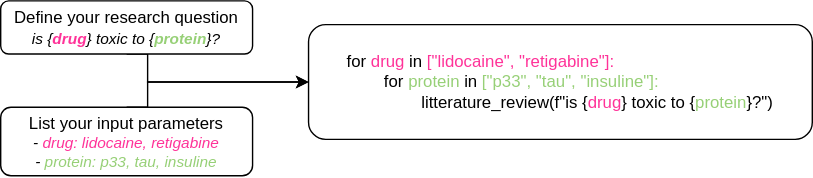
This is images/screning_review.drawio.svg from journeadrien/scholar2sql, a draw.io export, as it was before one commit. Source tidied: cells renumbered, new cells last; positions are measured from the earlier drawing's top-left corner, leaving out a move shared by most shapes.
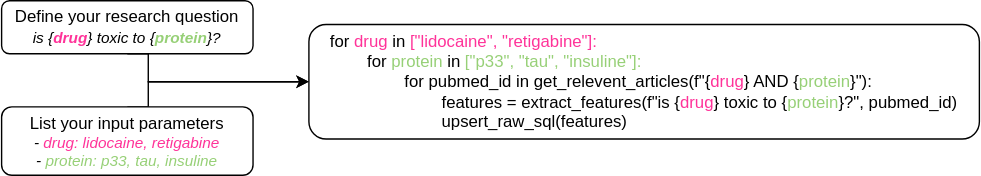
After the commit.

Change to the diagram source:
```diff
@@ -22,8 +22,8 @@
     <mxCell id="5" value="&lt;font style=&quot;font-size: 12px;&quot;&gt;List your input parameters&lt;/font&gt;&lt;div style=&quot;font-size: 11px;&quot;&gt;&lt;i style=&quot;&quot;&gt;&lt;font style=&quot;font-size: 11px;&quot;&gt;- &lt;font color=&quot;#ff3399&quot;&gt;drug: lidocaine, retigabine&lt;/font&gt;&lt;/font&gt;&lt;/i&gt;&lt;/div&gt;&lt;div style=&quot;font-size: 11px;&quot;&gt;&lt;i style=&quot;&quot;&gt;&lt;font style=&quot;font-size: 11px;&quot;&gt;- &lt;font color=&quot;#97d077&quot;&gt;protein: p33, tau, insuline&lt;/font&gt;&lt;/font&gt;&lt;/i&gt;&lt;/div&gt;" style="rounded=1;whiteSpace=wrap;html=1;" parent="1" vertex="1">
       <mxGeometry y="76" width="180" height="49" as="geometry" />
     </mxCell>
-    <mxCell id="6" value="&lt;div style=&quot;text-align: left;&quot;&gt;&lt;font style=&quot;font-size: 12px;&quot;&gt;&lt;span style=&quot;background-color: initial;&quot;&gt;for&lt;font color=&quot;#ff3399&quot;&gt; drug &lt;/font&gt;in&lt;font color=&quot;#ff3399&quot;&gt; [&quot;&lt;/font&gt;&lt;/span&gt;&lt;span style=&quot;color: rgb(255, 51, 153); background-color: initial;&quot;&gt;lidocaine&quot;, &quot;retigabine&quot;&lt;/span&gt;&lt;span style=&quot;color: rgb(255, 51, 153); background-color: initial;&quot;&gt;]:&lt;/span&gt;&lt;/font&gt;&lt;/div&gt;&lt;div style=&quot;text-align: left;&quot;&gt;&lt;font style=&quot;font-size: 12px;&quot;&gt;&lt;span style=&quot;white-space: pre;&quot;&gt;&#9;&lt;/span&gt;for&lt;font color=&quot;#97d077&quot;&gt; protein &lt;/font&gt;in&lt;font color=&quot;#97d077&quot;&gt; [&quot;&lt;span style=&quot;background-color: initial;&quot;&gt;p33&quot;, &quot;tau&quot;, &quot;insuline&quot;&lt;/span&gt;&lt;span style=&quot;background-color: initial;&quot;&gt;]:&lt;/span&gt;&lt;/font&gt;&lt;/font&gt;&lt;/div&gt;&lt;div style=&quot;text-align: left;&quot;&gt;&lt;font style=&quot;font-size: 12px;&quot;&gt;&lt;span style=&quot;background-color: initial;&quot;&gt;&lt;span style=&quot;white-space: pre;&quot;&gt;&#9;&lt;/span&gt;&lt;span style=&quot;white-space: pre;&quot;&gt;&#9;&lt;/span&gt;litterature_review(f&quot;i&lt;/span&gt;&lt;span style=&quot;background-color: initial; text-align: center;&quot;&gt;s {&lt;font color=&quot;#ff3399&quot;&gt;drug&lt;/font&gt;} toxic to {&lt;font color=&quot;#97d077&quot;&gt;protein&lt;/font&gt;}?&quot;&lt;/span&gt;&lt;span style=&quot;background-color: initial;&quot;&gt;)&lt;/span&gt;&lt;/font&gt;&lt;/div&gt;" style="rounded=1;whiteSpace=wrap;html=1;rotation=0;" parent="1" vertex="1">
-      <mxGeometry x="220" y="17" width="360" height="82" as="geometry" />
+    <mxCell id="6" value="&lt;div style=&quot;text-align: left;&quot;&gt;&lt;font style=&quot;font-size: 12px;&quot;&gt;&lt;span style=&quot;background-color: initial;&quot;&gt;for&lt;font color=&quot;#ff3399&quot;&gt; drug &lt;/font&gt;in&lt;font color=&quot;#ff3399&quot;&gt; [&quot;&lt;/font&gt;&lt;/span&gt;&lt;span style=&quot;color: rgb(255, 51, 153); background-color: initial;&quot;&gt;lidocaine&quot;, &quot;retigabine&quot;&lt;/span&gt;&lt;span style=&quot;color: rgb(255, 51, 153); background-color: initial;&quot;&gt;]:&lt;/span&gt;&lt;/font&gt;&lt;/div&gt;&lt;div style=&quot;text-align: left;&quot;&gt;&lt;font style=&quot;font-size: 12px;&quot;&gt;&lt;span style=&quot;white-space: pre;&quot;&gt;&#9;&lt;/span&gt;for&lt;font color=&quot;#97d077&quot;&gt; protein &lt;/font&gt;in&lt;font color=&quot;#97d077&quot;&gt; [&quot;&lt;span style=&quot;background-color: initial;&quot;&gt;p33&quot;, &quot;tau&quot;, &quot;insuline&quot;&lt;/span&gt;&lt;span style=&quot;background-color: initial;&quot;&gt;]:&lt;/span&gt;&lt;/font&gt;&lt;/font&gt;&lt;/div&gt;&lt;div style=&quot;text-align: left;&quot;&gt;&lt;font style=&quot;font-size: 12px;&quot;&gt;&lt;span style=&quot;background-color: initial;&quot;&gt;&lt;span style=&quot;color: rgb(151, 208, 119); white-space: pre;&quot;&gt;&#9;&lt;/span&gt;&lt;span style=&quot;color: rgb(151, 208, 119); white-space: pre;&quot;&gt;&#9;&lt;/span&gt;for pubmed_id in get_relevent_articles(&lt;/span&gt;&lt;span style=&quot;background-color: initial;&quot;&gt;f&quot;&lt;/span&gt;&lt;span style=&quot;background-color: initial; text-align: center;&quot;&gt;{&lt;font color=&quot;#ff3399&quot;&gt;drug&lt;/font&gt;} AND {&lt;font color=&quot;#97d077&quot;&gt;protein&lt;/font&gt;}&quot;):&lt;/span&gt;&lt;span style=&quot;background-color: initial;&quot;&gt;&lt;br&gt;&lt;/span&gt;&lt;/font&gt;&lt;/div&gt;&lt;div style=&quot;text-align: left;&quot;&gt;&lt;font style=&quot;font-size: 12px;&quot;&gt;&lt;span style=&quot;background-color: initial;&quot;&gt;&lt;span style=&quot;white-space: pre;&quot;&gt;&#9;&lt;/span&gt;&lt;span style=&quot;white-space: pre;&quot;&gt;&#9;&lt;span style=&quot;white-space: pre;&quot;&gt;&#9;&lt;/span&gt;features = &lt;/span&gt;extract_features(&lt;/span&gt;&lt;/font&gt;&lt;span style=&quot;background-color: initial;&quot;&gt;f&quot;i&lt;/span&gt;&lt;span style=&quot;background-color: initial; text-align: center;&quot;&gt;s {&lt;font color=&quot;#ff3399&quot;&gt;drug&lt;/font&gt;} toxic to {&lt;font color=&quot;#97d077&quot;&gt;protein&lt;/font&gt;}?&quot;, &lt;/span&gt;&lt;span style=&quot;background-color: initial;&quot;&gt;pubmed_id&lt;/span&gt;&lt;span style=&quot;background-color: initial;&quot;&gt;)&lt;/span&gt;&lt;/div&gt;&lt;div style=&quot;text-align: left;&quot;&gt;&lt;span style=&quot;background-color: initial;&quot;&gt;&lt;span style=&quot;white-space: pre;&quot;&gt;&#9;&lt;/span&gt;&lt;span style=&quot;white-space: pre;&quot;&gt;&#9;&lt;/span&gt;&lt;span style=&quot;white-space: pre;&quot;&gt;&#9;&lt;/span&gt;upsert_raw_sql(features)&lt;br&gt;&lt;/span&gt;&lt;/div&gt;" style="rounded=1;whiteSpace=wrap;html=1;rotation=0;" parent="1" vertex="1">
+      <mxGeometry x="220" y="17" width="480" height="82" as="geometry" />
     </mxCell>
   </root>
 </mxGraphModel>
```
